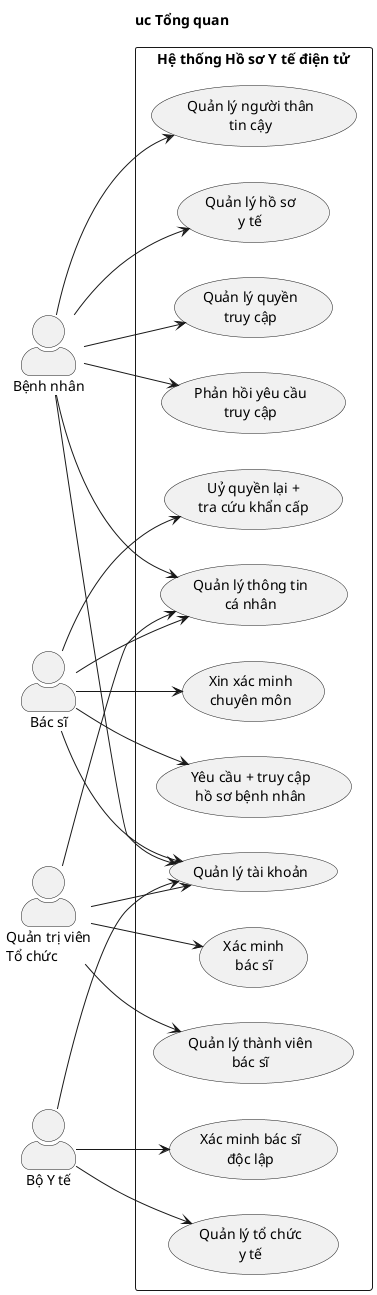
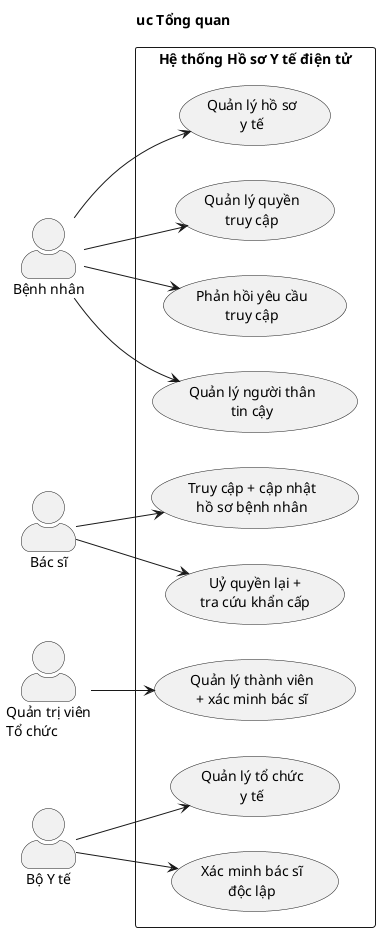
@startuml uc-tongquan
title uc Tổng quan
left to right direction
skinparam packageStyle rectangle
skinparam actorStyle awesome

actor "Bệnh nhân" as Patient
actor "Bác sĩ" as Doctor
actor "Quản trị viên\nTổ chức" as OrgAdmin
actor "Bộ Y tế" as Ministry

rectangle "Hệ thống Hồ sơ Y tế điện tử" {
-     usecase "Quản lý tài khoản" as UC_Account
-     usecase "Quản lý thông tin\ncá nhân" as UC_Profile
- 
    usecase "Quản lý hồ sơ\ny tế" as UC_Records
    usecase "Quản lý quyền\ntruy cập" as UC_Consent
    usecase "Phản hồi yêu cầu\ntruy cập" as UC_Response
    usecase "Quản lý người thân\ntin cậy" as UC_TC

-     usecase "Xin xác minh\nchuyên môn" as UC_DoctorVerify
-     usecase "Yêu cầu + truy cập\nhồ sơ bệnh nhân" as UC_DoctorAccess
+     usecase "Truy cập + cập nhật\nhồ sơ bệnh nhân" as UC_DoctorAccess
    usecase "Uỷ quyền lại +\ntra cứu khẩn cấp" as UC_DoctorDelegate

-     usecase "Quản lý thành viên\nbác sĩ" as UC_OrgMembers
-     usecase "Xác minh\nbác sĩ" as UC_OrgVerify
+     usecase "Quản lý thành viên\n+ xác minh bác sĩ" as UC_OrgGov

    usecase "Quản lý tổ chức\ny tế" as UC_MinistryOrg
    usecase "Xác minh bác sĩ\nđộc lập" as UC_MinistryDoctor
}

- Patient --> UC_Account
- Patient --> UC_Profile
Patient --> UC_Records
Patient --> UC_Consent
Patient --> UC_Response
Patient --> UC_TC

- Doctor --> UC_Account
- Doctor --> UC_Profile
- Doctor --> UC_DoctorVerify
Doctor --> UC_DoctorAccess
Doctor --> UC_DoctorDelegate

- OrgAdmin --> UC_Account
- OrgAdmin --> UC_Profile
- OrgAdmin --> UC_OrgMembers
- OrgAdmin --> UC_OrgVerify
+ OrgAdmin --> UC_OrgGov

- Ministry --> UC_Account
Ministry --> UC_MinistryOrg
Ministry --> UC_MinistryDoctor

@enduml
